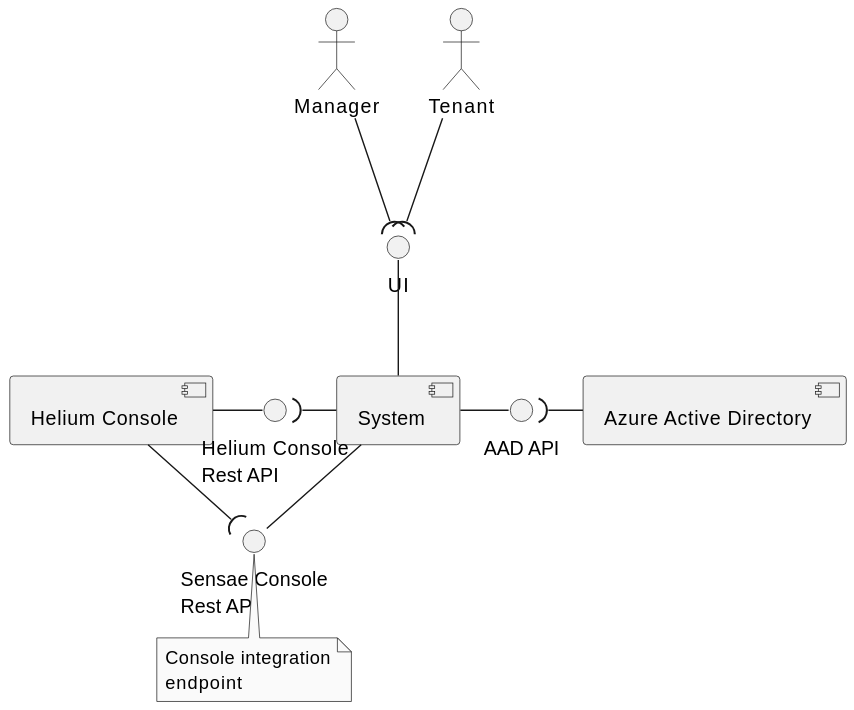
Before: docs/architecture/diagrams/logical/logical-view-level1.svg, a diagram exported from PlantUML (FilipeMCruz/sensae-console).
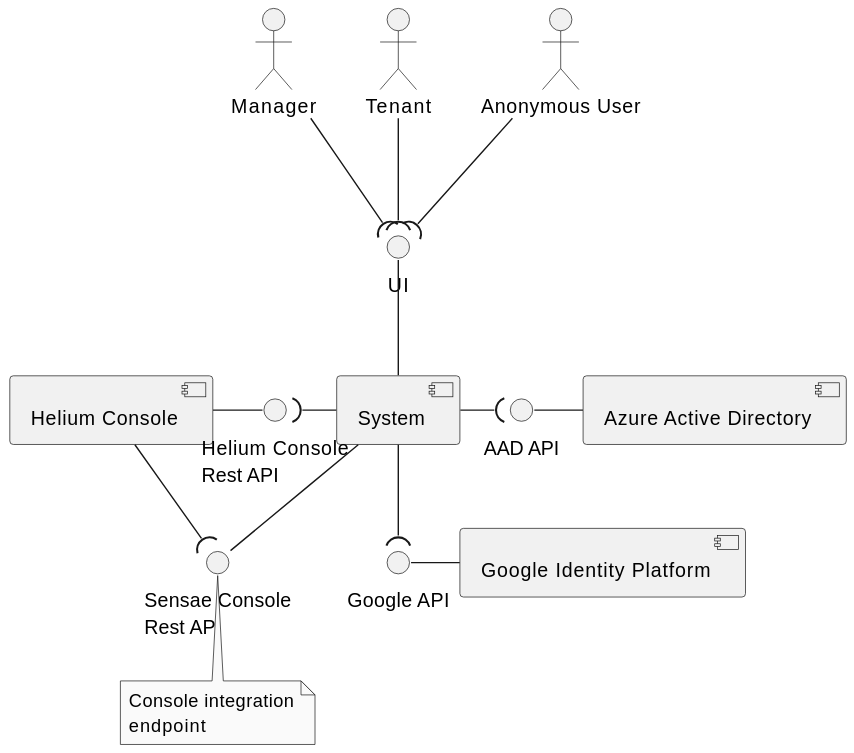
After the change.

What changed in the source:
```diff
@@ -5,31 +5,36 @@
 skinparam componentStyle uml2
 skinparam packageStyle rectangle
 
-
 [System] as S
 [Helium Console] as HC
 [Azure Active Directory] as AAD
+[Google Identity Platform] as GIP
 
 () "UI" as UI
 () "Helium Console\nRest API" as OUT_ENDPOINT
 () "Sensae Console\nRest API" as IN_ENDPOINT
 note bottom: Console integration\nendpoint
 
-() "AAD API" as AUTH_ENDPOINT
+() "AAD API" as AZURE_ENDPOINT
+() "Google API" as GOOGLE_ENDPOINT
 
 actor "Manager" as Client
 actor "Tenant" as Tenant
+actor "Anonymous User" as Anonymous
 
 Client --( UI
 Tenant --( UI
+Anonymous --( UI
 
 UI -- S
 S -- IN_ENDPOINT
 HC - OUT_ENDPOINT
-S - AUTH_ENDPOINT
+S -( AZURE_ENDPOINT
+S --( GOOGLE_ENDPOINT
 
 IN_ENDPOINT )- HC
 OUT_ENDPOINT )- S
-AUTH_ENDPOINT )- AAD
+AZURE_ENDPOINT - AAD
+GOOGLE_ENDPOINT - GIP
 
 @enduml
```
